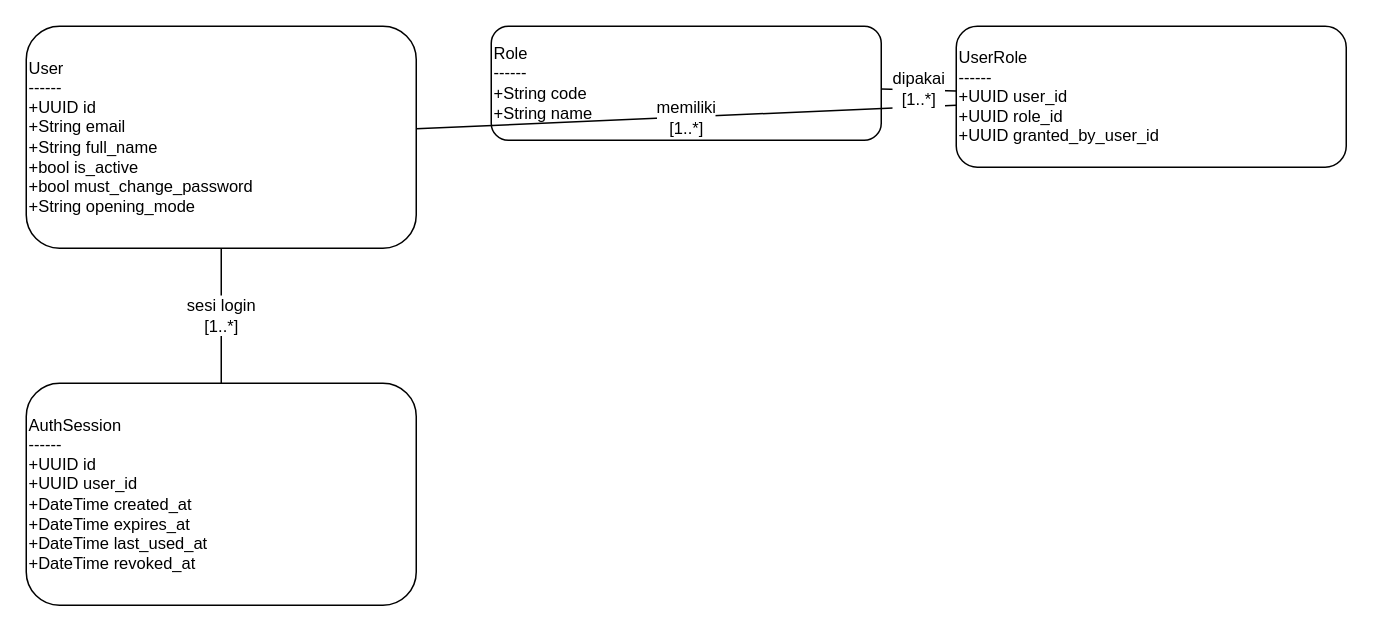
Above: docs/diagrams/drawio/class-01-account.drawio in mygads/Face-Recognition-Capstone (draw.io), before the change. Source tidied: cells renumbered, new cells numbered last; positions are measured from the earlier drawing's top-left corner, leaving out a move shared by most shapes. Both pictures are drawn from the tidied source at 150%, with x=0, y=0 at pixel (26, 26).
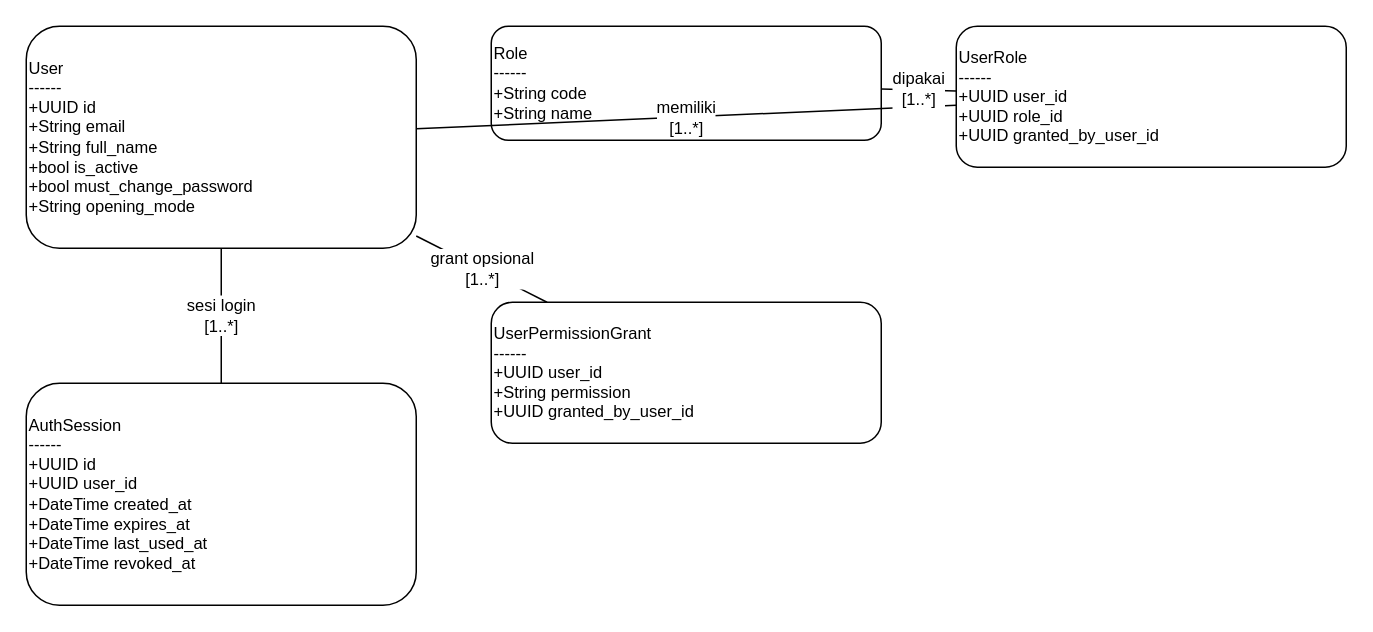
After the change.

Change to the diagram source:
```diff
@@
 <mxGraphModel>
   <root>
     <mxCell id="0" />
     <mxCell id="1" parent="0" />
     <mxCell id="2" value="User&#10;------&#10;+UUID id&#10;+String email&#10;+String full_name&#10;+bool is_active&#10;+bool must_change_password&#10;+String opening_mode" style="rounded=1;whiteSpace=wrap;html=1;align=left;fontSize=11;" parent="1" vertex="1">
       <mxGeometry width="260" height="148" as="geometry" />
     </mxCell>
     <mxCell id="3" value="Role&#10;------&#10;+String code&#10;+String name" style="rounded=1;whiteSpace=wrap;html=1;align=left;fontSize=11;" parent="1" vertex="1">
       <mxGeometry x="310" width="260" height="76" as="geometry" />
     </mxCell>
     <mxCell id="4" value="UserRole&#10;------&#10;+UUID user_id&#10;+UUID role_id&#10;+UUID granted_by_user_id" style="rounded=1;whiteSpace=wrap;html=1;align=left;fontSize=11;" parent="1" vertex="1">
       <mxGeometry x="620" width="260" height="94" as="geometry" />
     </mxCell>
     <mxCell id="5" value="AuthSession&#10;------&#10;+UUID id&#10;+UUID user_id&#10;+DateTime created_at&#10;+DateTime expires_at&#10;+DateTime last_used_at&#10;+DateTime revoked_at" style="rounded=1;whiteSpace=wrap;html=1;align=left;fontSize=11;" parent="1" vertex="1">
       <mxGeometry y="238" width="260" height="148" as="geometry" />
     </mxCell>
+    <mxCell id="9" value="UserPermissionGrant&#10;------&#10;+UUID user_id&#10;+String permission&#10;+UUID granted_by_user_id" style="rounded=1;whiteSpace=wrap;html=1;align=left;fontSize=11;" parent="1" vertex="1">
+      <mxGeometry x="310" y="184" width="260" height="94" as="geometry" />
+    </mxCell>
     <mxCell id="6" value="memiliki&#10;[1..*]" style="endArrow=none;html=1;fontSize=11;" parent="1" edge="1" source="2" target="4">
       <mxGeometry relative="1" as="geometry" />
     </mxCell>
     <mxCell id="7" value="dipakai&#10;[1..*]" style="endArrow=none;html=1;fontSize=11;" parent="1" edge="1" source="3" target="4">
       <mxGeometry relative="1" as="geometry" />
     </mxCell>
     <mxCell id="8" value="sesi login&#10;[1..*]" style="endArrow=none;html=1;fontSize=11;" parent="1" edge="1" source="2" target="5">
       <mxGeometry relative="1" as="geometry" />
     </mxCell>
+    <mxCell id="10" value="grant opsional&#10;[1..*]" style="endArrow=none;html=1;fontSize=11;" parent="1" edge="1" source="2" target="9">
+      <mxGeometry relative="1" as="geometry" />
+    </mxCell>
   </root>
 </mxGraphModel>
```
